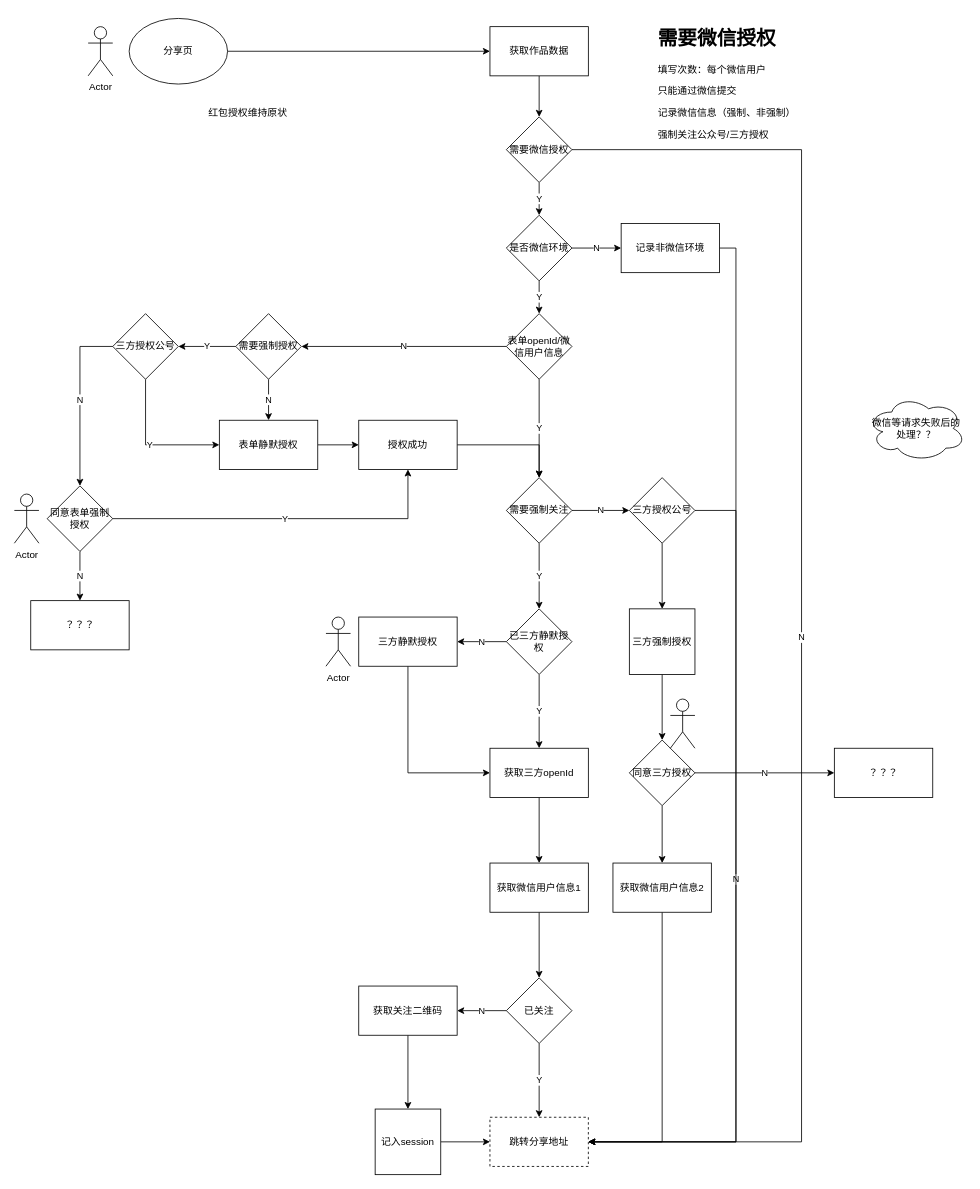
Earlier version of the draw.io diagram 公众号.drawio (hesimin/drawio). Source tidied: cells renumbered, new cells numbered last; positions are measured from the earlier drawing's top-left corner, leaving out a move shared by most shapes. Both pictures are drawn from the tidied source at 82%, with x=0, y=0 at pixel (14, 18).
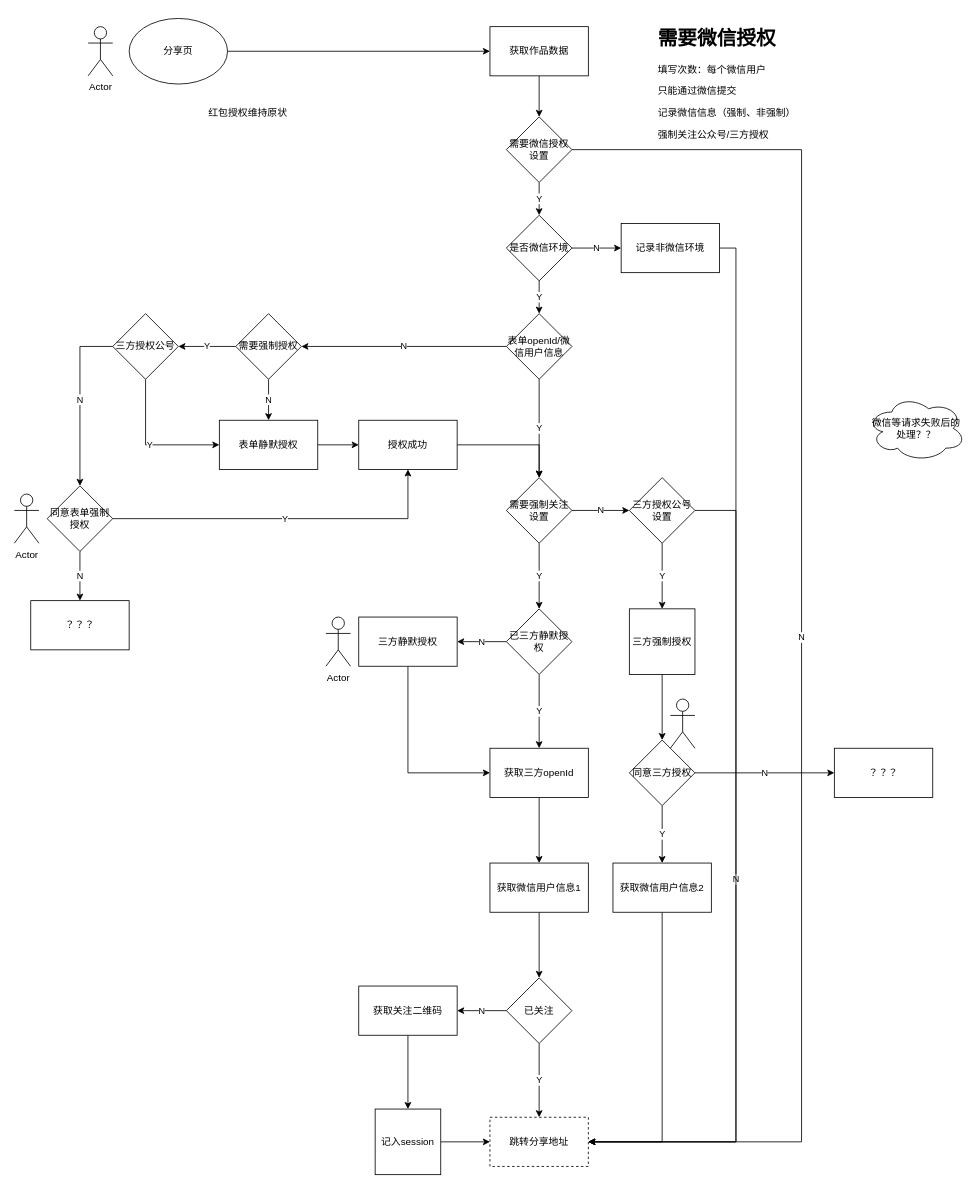
After the change.

Commit message:
更新公众号.drawio

The change refers to these unchanged cells:
```xml
<mxCell id="53" value="三方强制授权" style="rounded=0;whiteSpace=wrap;html=1;fontFamily=Helvetica;fontSize=12;fontColor=#000000;align=center;strokeColor=#000000;fillColor=#ffffff;" parent="1" vertex="1">
  <mxGeometry x="750" y="720" width="80" height="80" as="geometry" />
</mxCell>
<mxCell id="58" value="同意三方授权" style="rhombus;whiteSpace=wrap;html=1;rounded=0;" parent="1" vertex="1">
  <mxGeometry x="750" y="880" width="80" height="80" as="geometry" />
</mxCell>
<mxCell id="63" value="获取微信用户信息2" style="whiteSpace=wrap;html=1;rounded=0;" parent="1" vertex="1">
  <mxGeometry x="730" y="1030" width="120" height="60" as="geometry" />
</mxCell>
```

Change to the diagram source:
```diff
@@
-    <mxCell id="9" value="需要微信授权" style="rhombus;whiteSpace=wrap;html=1;" parent="1" vertex="1">
+    <mxCell id="9" value="需要微信授权设置" style="rhombus;whiteSpace=wrap;html=1;" parent="1" vertex="1">
       <mxGeometry x="600" y="120" width="80" height="80" as="geometry" />
     </mxCell>
@@
-    <mxCell id="16" value="需要强制关注" style="rhombus;whiteSpace=wrap;html=1;" parent="1" vertex="1">
+    <mxCell id="16" value="需要强制关注设置" style="rhombus;whiteSpace=wrap;html=1;" parent="1" vertex="1">
       <mxGeometry x="600" y="560" width="80" height="80" as="geometry" />
     </mxCell>
@@
-    <mxCell id="50" style="edgeStyle=orthogonalEdgeStyle;rounded=0;jettySize=auto;html=1;" parent="1" edge="1" source="51" target="53">
+    <mxCell id="50" value="Y" style="edgeStyle=orthogonalEdgeStyle;rounded=0;jettySize=auto;html=1;" parent="1" edge="1" source="51" target="53">
       <mxGeometry relative="1" as="geometry" />
     </mxCell>
-    <mxCell id="51" value="三方授权公号" style="rhombus;whiteSpace=wrap;html=1;" parent="1" vertex="1">
+    <mxCell id="51" value="三方授权公号设置" style="rhombus;whiteSpace=wrap;html=1;" parent="1" vertex="1">
       <mxGeometry x="750" y="560" width="80" height="80" as="geometry" />
     </mxCell>
@@
-    <mxCell id="57" style="edgeStyle=orthogonalEdgeStyle;rounded=0;jettySize=auto;html=1;" parent="1" edge="1" source="58" target="63">
+    <mxCell id="57" value="Y" style="edgeStyle=orthogonalEdgeStyle;rounded=0;jettySize=auto;html=1;" parent="1" edge="1" source="58" target="63">
       <mxGeometry relative="1" as="geometry" />
     </mxCell>
```
